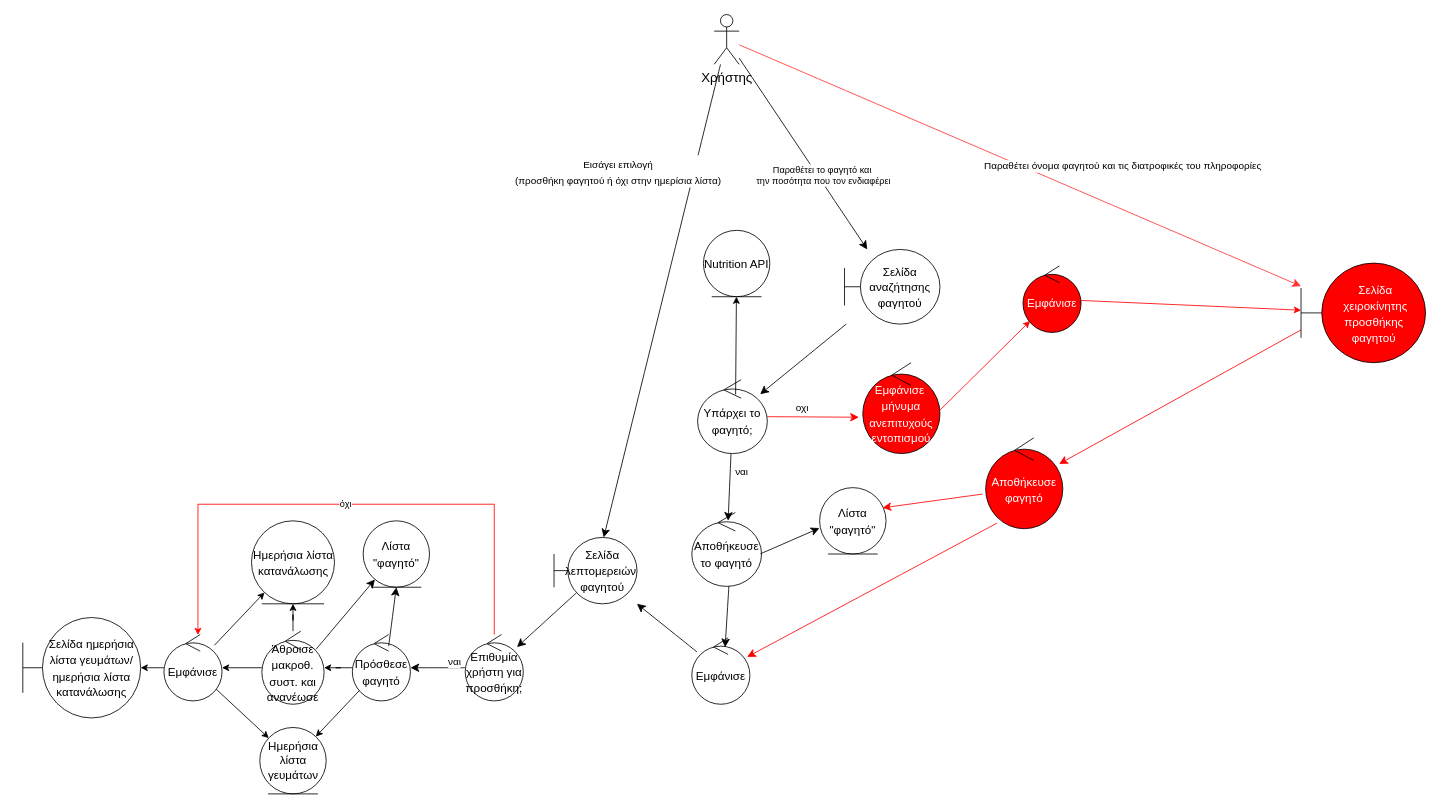
Dionkaps/Eu-Zin keeps this draw.io diagram as ΠΕΜΠΤΟ ΠΑΡΑΔΟΤΕΟ/ΔΙΟΡΘΩΣΕΙΣ ΠΡΟΗΓΟΥΜΕΝΩΝ ΠΑΡΑΔΟΤΕΩΝ/Robustness-diagrams-v0.3/rd_αναζήτηση_προσθήκη_φαγητού-v0.3.drawio. Above is the earlier version. Source tidied: cells renumbered, new cells numbered last; positions are measured from the earlier drawing's top-left corner, leaving out a move shared by most shapes. Both pictures are drawn from the tidied source at 83%, with x=0, y=0 at pixel (22, 14).
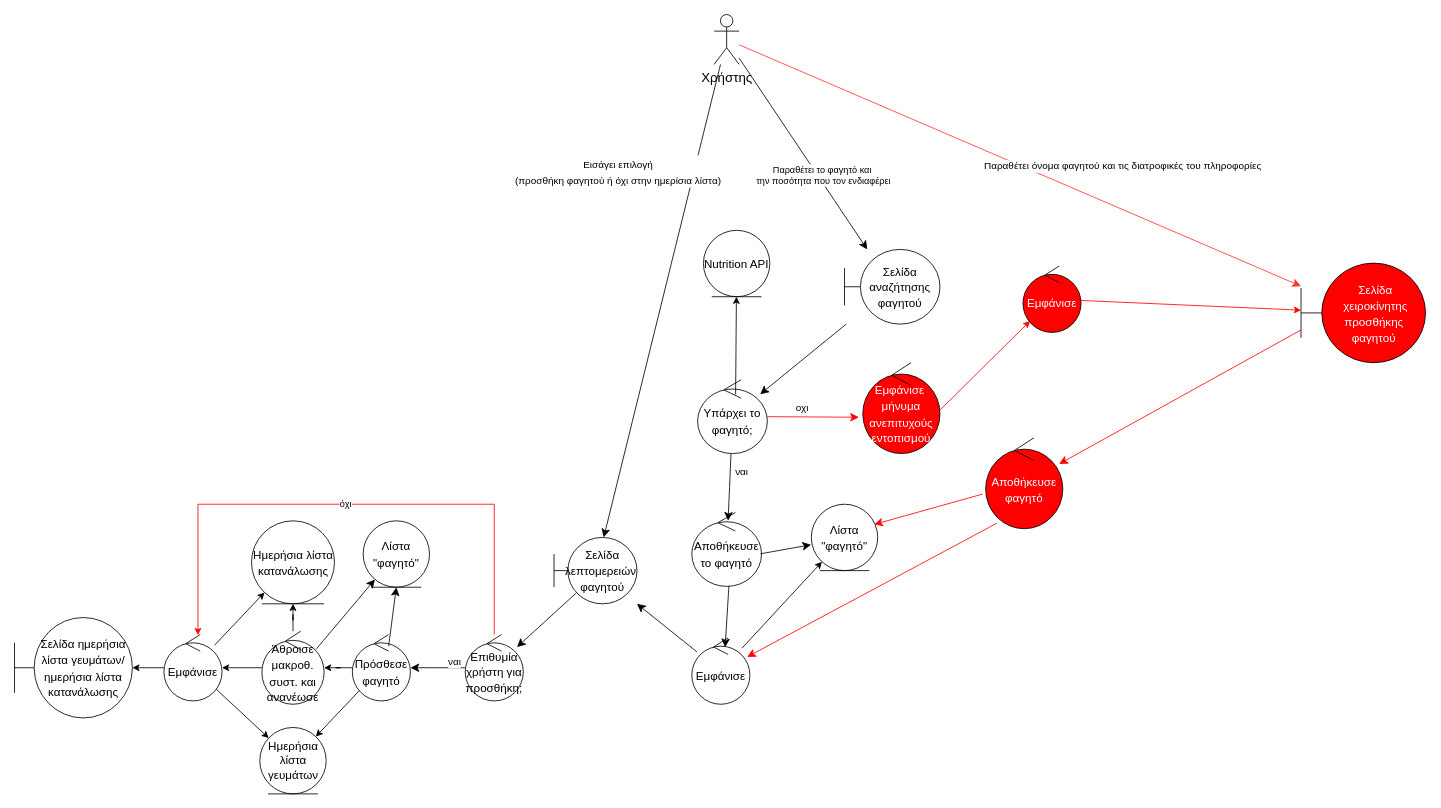
After the change.

Commit message (it also covers changes not shown here):
προσθήκη sequence

The change refers to these unchanged cells:
```xml
<mxCell id="15" value="&lt;font style=&quot;font-size: 14px;&quot;&gt;Εμφάνισε&lt;/font&gt;" style="ellipse;shape=umlControl;whiteSpace=wrap;html=1;fontSize=16;strokeColor=#000000;fontColor=#000000;" parent="1" vertex="1">
  <mxGeometry x="806" y="751" width="70" height="80" as="geometry" />
</mxCell>
```

Diff of the diagram source:
```diff
@@
+    <mxCell id="52" style="rounded=0;jettySize=auto;html=1;" parent="1" edge="1" source="15" target="43">
+      <mxGeometry relative="1" as="geometry" />
+    </mxCell>
@@
     <mxCell id="24" value="&lt;font style=&quot;font-size: 14px;&quot;&gt;Σελίδα ημερήσια λίστα γευμάτων/ ημερήσια λίστα κατανάλωσης&lt;/font&gt;" style="shape=umlBoundary;whiteSpace=wrap;html=1;fontSize=16;strokeColor=#000000;fontColor=#000000;" parent="1" vertex="1">
-      <mxGeometry y="726.5" width="142" height="121" as="geometry" />
+      <mxGeometry x="-10" y="726.5" width="142" height="121" as="geometry" />
     </mxCell>
@@
     <mxCell id="43" value="&lt;span style=&quot;font-size: 14px;&quot;&gt;Λίστα &quot;φαγητό&quot;&lt;/span&gt;" style="ellipse;shape=umlEntity;whiteSpace=wrap;html=1;fontSize=16;strokeColor=#000000;fontColor=#000000;" parent="1" vertex="1">
-      <mxGeometry x="960" y="570" width="80" height="80" as="geometry" />
+      <mxGeometry x="950" y="590" width="80" height="80" as="geometry" />
     </mxCell>
```
